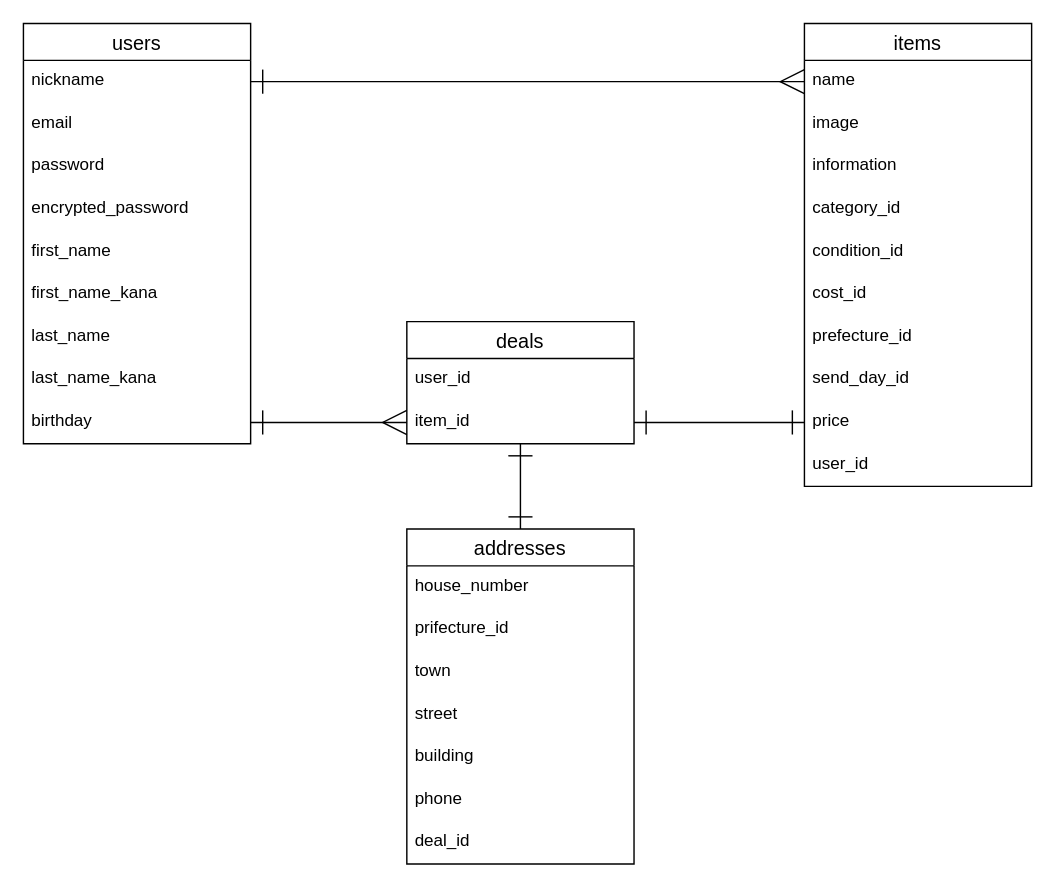
The draw.io diagram ER.dio in G1YWty13/furima-40807, before the edit. Source tidied: cells renumbered, new cells numbered last; positions are measured from the earlier drawing's top-left corner, leaving out a move shared by most shapes. Both pictures are drawn from the tidied source at 142%, with x=0, y=0 at pixel (23, 23).
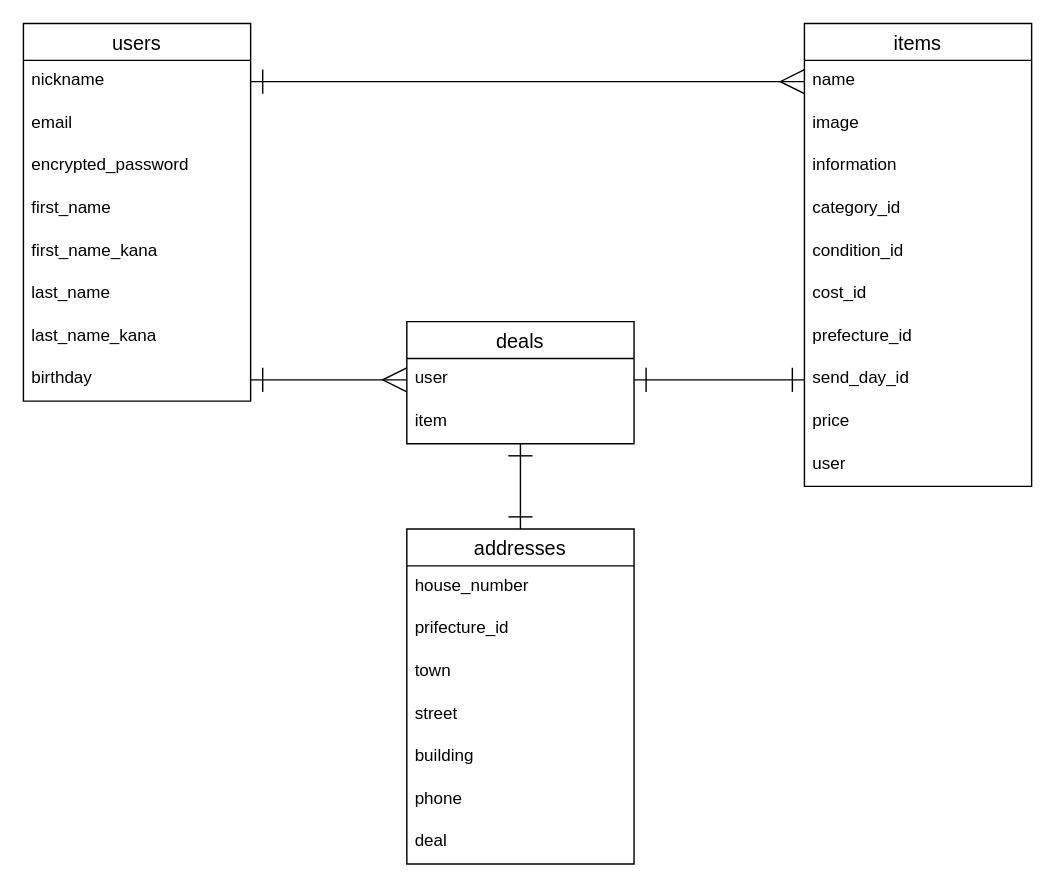
The same page after the edit.

Unchanged cells that the change refers to:
```xml
<mxCell id="12" value="items" style="swimlane;fontStyle=0;horizontal=1;startSize=26;align=center;fontSize=14;" parent="1" vertex="1">
  <mxGeometry x="550" width="160" height="326" as="geometry" />
</mxCell>
<mxCell id="20" value="send_day_id" style="text;strokeColor=none;fillColor=none;spacingLeft=4;spacingRight=4;overflow=hidden;points=[[0,0.5],[1,0.5]];portConstraint=eastwest;fontSize=12;" parent="12" vertex="1">
  <mxGeometry y="236" width="160" height="30" as="geometry" />
</mxCell>
<mxCell id="21" value="price" style="text;strokeColor=none;fillColor=none;spacingLeft=4;spacingRight=4;overflow=hidden;points=[[0,0.5],[1,0.5]];portConstraint=eastwest;fontSize=12;" parent="12" vertex="1">
  <mxGeometry y="266" width="160" height="30" as="geometry" />
</mxCell>
<mxCell id="25" value="addresses" style="swimlane;fontStyle=0;horizontal=1;startSize=26;align=center;fontSize=14;" parent="1" vertex="1">
  <mxGeometry x="270" y="356" width="160" height="236" as="geometry" />
</mxCell>
<mxCell id="33" value="deals" style="swimlane;fontStyle=0;horizontal=1;startSize=26;align=center;fontSize=14;direction=east;" parent="1" vertex="1">
  <mxGeometry x="270" y="210" width="160" height="86" as="geometry" />
</mxCell>
```

Diff of the diagram source:
```diff
@@
     <mxCell id="2" value="users" style="swimlane;fontStyle=0;horizontal=1;startSize=26;align=center;fontSize=14;" parent="1" vertex="1">
-      <mxGeometry width="160" height="296" as="geometry" />
+      <mxGeometry width="160" height="266" as="geometry" />
     </mxCell>
@@
-    <mxCell id="5" value="password" style="text;strokeColor=none;fillColor=none;spacingLeft=4;spacingRight=4;overflow=hidden;fontSize=12;" parent="2" vertex="1">
-      <mxGeometry y="86" width="160" height="30" as="geometry" />
-    </mxCell>
     <mxCell id="6" value="encrypted_password" style="text;strokeColor=none;fillColor=none;spacingLeft=4;spacingRight=4;overflow=hidden;fontSize=12;" parent="2" vertex="1">
-      <mxGeometry y="116" width="160" height="30" as="geometry" />
+      <mxGeometry y="86" width="160" height="30" as="geometry" />
     </mxCell>
     <mxCell id="7" value="first_name" style="text;strokeColor=none;fillColor=none;spacingLeft=4;spacingRight=4;overflow=hidden;fontSize=12;" parent="2" vertex="1">
-      <mxGeometry y="146" width="160" height="30" as="geometry" />
+      <mxGeometry y="116" width="160" height="30" as="geometry" />
     </mxCell>
     <mxCell id="8" value="first_name_kana" style="text;strokeColor=none;fillColor=none;spacingLeft=4;spacingRight=4;overflow=hidden;fontSize=12;" parent="2" vertex="1">
-      <mxGeometry y="176" width="160" height="30" as="geometry" />
+      <mxGeometry y="146" width="160" height="30" as="geometry" />
     </mxCell>
     <mxCell id="9" value="last_name" style="text;strokeColor=none;fillColor=none;spacingLeft=4;spacingRight=4;overflow=hidden;fontSize=12;" parent="2" vertex="1">
-      <mxGeometry y="206" width="160" height="30" as="geometry" />
+      <mxGeometry y="176" width="160" height="30" as="geometry" />
     </mxCell>
     <mxCell id="10" value="last_name_kana" style="text;strokeColor=none;fillColor=none;spacingLeft=4;spacingRight=4;overflow=hidden;fontSize=12;" parent="2" vertex="1">
-      <mxGeometry y="236" width="160" height="30" as="geometry" />
+      <mxGeometry y="206" width="160" height="30" as="geometry" />
     </mxCell>
     <mxCell id="11" value="birthday" style="text;strokeColor=none;fillColor=none;spacingLeft=4;spacingRight=4;overflow=hidden;points=[[0,0.5],[1,0.5]];portConstraint=eastwest;fontSize=12;" parent="2" vertex="1">
-      <mxGeometry y="266" width="160" height="30" as="geometry" />
+      <mxGeometry y="236" width="160" height="30" as="geometry" />
     </mxCell>
@@
-    <mxCell id="22" value="user_id" style="text;strokeColor=none;fillColor=none;spacingLeft=4;spacingRight=4;overflow=hidden;fontSize=12;" parent="12" vertex="1">
+    <mxCell id="22" value="user" style="text;strokeColor=none;fillColor=none;spacingLeft=4;spacingRight=4;overflow=hidden;fontSize=12;" parent="12" vertex="1">
       <mxGeometry y="296" width="160" height="30" as="geometry" />
     </mxCell>
@@
-    <mxCell id="32" value="deal_id" style="text;strokeColor=none;fillColor=none;spacingLeft=4;spacingRight=4;overflow=hidden;fontSize=12;" parent="25" vertex="1">
+    <mxCell id="32" value="deal" style="text;strokeColor=none;fillColor=none;spacingLeft=4;spacingRight=4;overflow=hidden;fontSize=12;" parent="25" vertex="1">
       <mxGeometry y="206" width="160" height="30" as="geometry" />
     </mxCell>
@@
-    <mxCell id="34" value="user_id" style="text;strokeColor=none;fillColor=none;spacingLeft=4;spacingRight=4;overflow=hidden;points=[[0,0.5],[1,0.5]];portConstraint=eastwest;fontSize=12;" parent="33" vertex="1">
+    <mxCell id="34" value="user" style="text;strokeColor=none;fillColor=none;spacingLeft=4;spacingRight=4;overflow=hidden;points=[[0,0.5],[1,0.5]];portConstraint=eastwest;fontSize=12;" parent="33" vertex="1">
       <mxGeometry y="26" width="160" height="30" as="geometry" />
     </mxCell>
-    <mxCell id="35" value="item_id" style="text;strokeColor=none;fillColor=none;spacingLeft=4;spacingRight=4;overflow=hidden;points=[[0,0.5],[1,0.5]];portConstraint=eastwest;fontSize=12;" parent="33" vertex="1">
+    <mxCell id="35" value="item" style="text;strokeColor=none;fillColor=none;spacingLeft=4;spacingRight=4;overflow=hidden;points=[[0,0.5],[1,0.5]];portConstraint=eastwest;fontSize=12;" parent="33" vertex="1">
       <mxGeometry y="56" width="160" height="30" as="geometry" />
     </mxCell>
-    <mxCell id="36" style="edgeStyle=none;html=1;exitX=0;exitY=0.5;exitDx=0;exitDy=0;entryX=1;entryY=0.5;entryDx=0;entryDy=0;startArrow=ERmany;startFill=0;endArrow=ERone;endFill=0;startSize=15;endSize=15;" parent="1" edge="1" source="35" target="11">
+    <mxCell id="36" style="edgeStyle=none;html=1;exitX=0;exitY=0.5;exitDx=0;exitDy=0;entryX=1;entryY=0.5;entryDx=0;entryDy=0;startArrow=ERmany;startFill=0;endArrow=ERone;endFill=0;startSize=15;endSize=15;" parent="1" edge="1" source="34" target="11">
       <mxGeometry relative="1" as="geometry" />
     </mxCell>
-    <mxCell id="37" style="edgeStyle=none;html=1;exitX=0;exitY=0.5;exitDx=0;exitDy=0;startArrow=ERone;startFill=0;endArrow=ERone;endFill=0;startSize=15;endSize=15;" parent="1" edge="1" source="21" target="35">
+    <mxCell id="37" style="edgeStyle=none;html=1;exitX=0;exitY=0.5;exitDx=0;exitDy=0;startArrow=ERone;startFill=0;endArrow=ERone;endFill=0;startSize=15;endSize=15;entryX=1;entryY=0.5;entryDx=0;entryDy=0;" parent="1" edge="1" source="20" target="34">
       <mxGeometry relative="1" as="geometry" />
     </mxCell>
```
